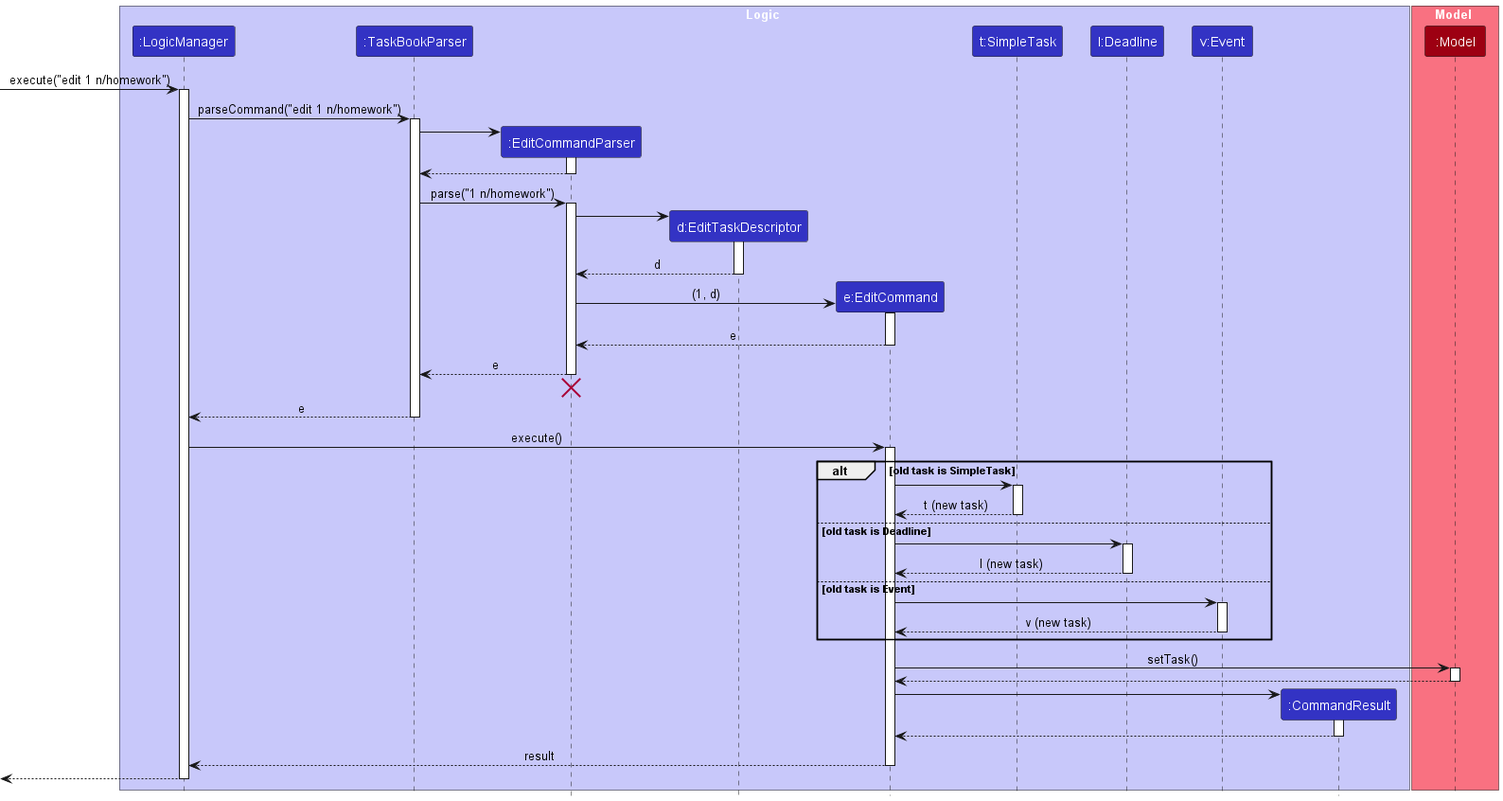
Before: docs/images/EditSequenceDiagram.png, a diagram exported from PlantUML (nus-cs2103-AY2223S2/tp).
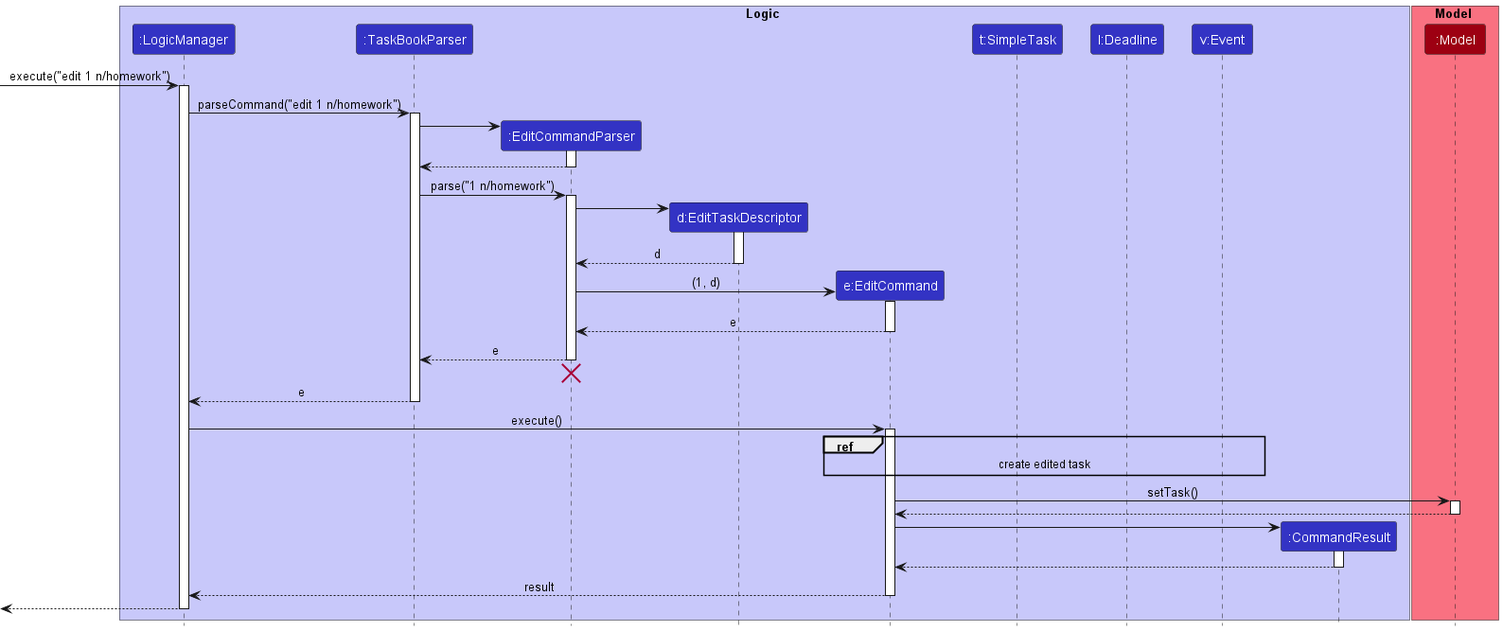
The same diagram one commit later.

The edit, as a diff of the source:
```diff
@@ -60,28 +60,11 @@
 LogicManager -> EditCommand : execute()
 activate EditCommand
 
-alt old task is SimpleTask
 
-    EditCommand -> SimpleTask
-    activate SimpleTask
 
-    SimpleTask --> EditCommand : t (new task)
-    deactivate SimpleTask
+ref over  EditCommand, SimpleTask, Deadline, Event : create edited task
 
-else old task is Deadline
-    EditCommand -> Deadline
-    activate Deadline
 
-    Deadline --> EditCommand : l (new task)
-    deactivate Deadline
-
-else old task is Event
-    EditCommand -> Event
-    activate Event
-
-    Event --> EditCommand : v (new task)
-    deactivate Event
-end
 
 EditCommand -> Model : setTask()
 activate Model
```
